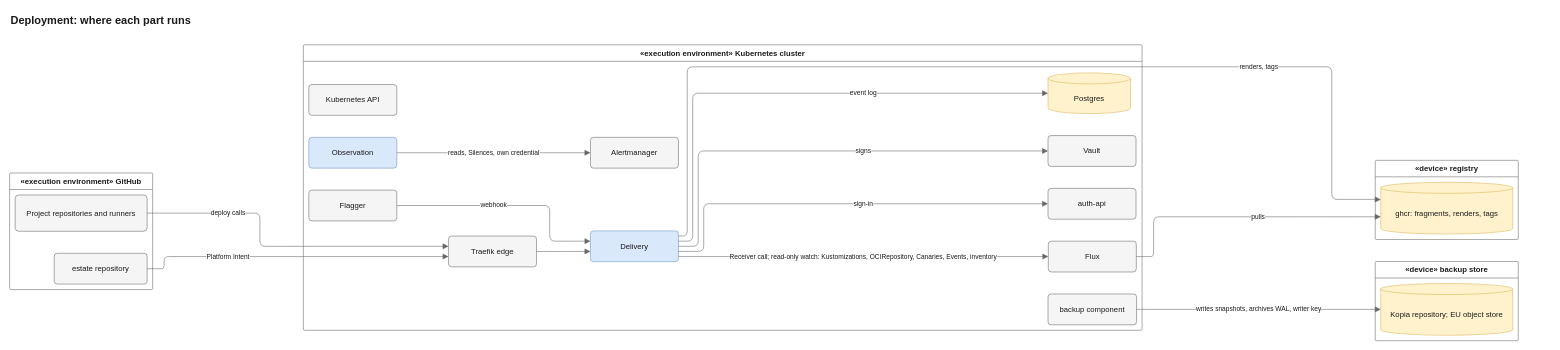
JorisJonkers-dev/estate-kit keeps this draw.io diagram as docs/diagrams/src/deploy-placement.drawio. Above is the earlier version. Source tidied: cells renumbered, new cells numbered last; positions are measured from the earlier drawing's top-left corner, leaving out a move shared by most shapes. Both pictures are drawn from the tidied source at 55%, with x=0, y=0 at pixel (9, 9).
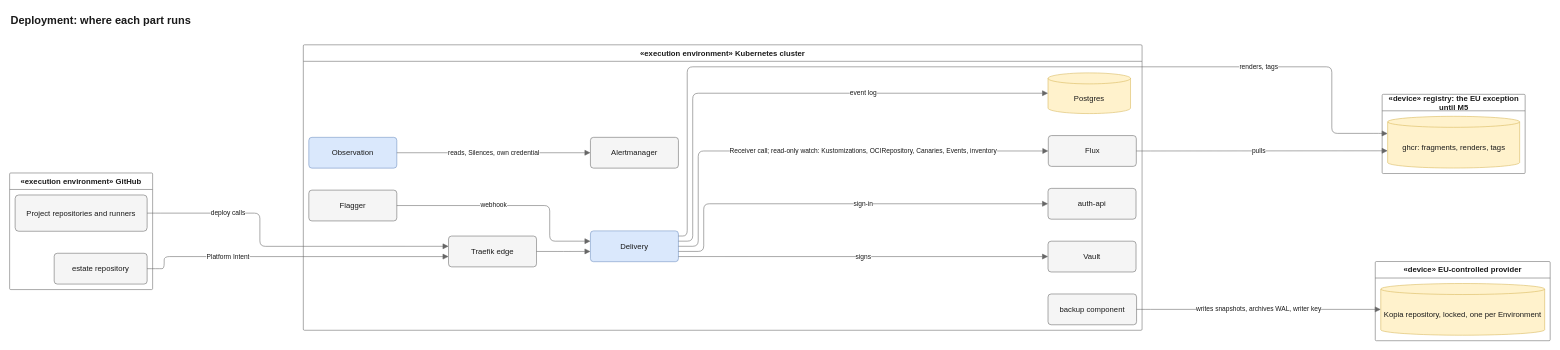
Above is the later version.

Unchanged cells that the change refers to:
```xml
<mxCell id="6" value="ghcr: fragments, renders, tags" style="shape=cylinder3;size=10;boundedLbl=1;backgroundOutline=1;html=1;whiteSpace=wrap;fontSize=14;fontColor=light-dark(#1a1a1a,#e8e8e8);fillColor=light-dark(#fff2cc,#3a3220);strokeColor=light-dark(#d6b656,#c9a74a);fontFamily=Helvetica;" parent="5" vertex="1">
  <mxGeometry x="10" y="40" width="240" height="94" as="geometry" />
</mxCell>
<mxCell id="7" value="«execution environment» Kubernetes cluster" style="swimlane;startSize=30;rounded=1;arcSize=4;absoluteArcSize=1;html=1;whiteSpace=wrap;fontSize=14;fontColor=light-dark(#1a1a1a,#e8e8e8);fontStyle=1;fillColor=none;swimlaneFillColor=none;strokeColor=light-dark(#666666,#a8a8a8);fontFamily=Helvetica;" parent="1" vertex="1">
  <mxGeometry x="534" y="64" width="1525" height="519" as="geometry" />
</mxCell>
<mxCell id="9" value="Delivery" style="rounded=1;arcSize=10;html=1;whiteSpace=wrap;fontSize=14;fontColor=light-dark(#1a1a1a,#e8e8e8);fillColor=light-dark(#dae8fc,#1f3a5f);strokeColor=light-dark(#6c8ebf,#7aa7e0);fontFamily=Helvetica;" parent="7" vertex="1">
  <mxGeometry x="522" y="338.3" width="160" height="56" as="geometry" />
</mxCell>
```

What changed in the source:
```diff
@@
-    <mxCell id="5" value="«device» registry" style="swimlane;startSize=30;rounded=1;arcSize=4;absoluteArcSize=1;html=1;whiteSpace=wrap;fontSize=14;fontColor=light-dark(#1a1a1a,#e8e8e8);fontStyle=1;fillColor=none;swimlaneFillColor=none;strokeColor=light-dark(#666666,#a8a8a8);fontFamily=Helvetica;" parent="1" vertex="1">
-      <mxGeometry x="2483" y="274" width="260" height="144" as="geometry" />
+    <mxCell id="5" value="«device» registry: the EU exception until M5" style="swimlane;startSize=30;rounded=1;arcSize=4;absoluteArcSize=1;html=1;whiteSpace=wrap;fontSize=14;fontColor=light-dark(#1a1a1a,#e8e8e8);fontStyle=1;fillColor=none;swimlaneFillColor=none;strokeColor=light-dark(#666666,#a8a8a8);fontFamily=Helvetica;" parent="1" vertex="1">
+      <mxGeometry x="2495.5" y="154" width="260" height="144" as="geometry" />
     </mxCell>
@@
     <mxCell id="11" value="Flux" style="rounded=1;arcSize=10;html=1;whiteSpace=wrap;fontSize=14;fontColor=light-dark(#1a1a1a,#e8e8e8);fillColor=light-dark(#f5f5f5,#2b2b2b);strokeColor=light-dark(#666666,#a8a8a8);fontFamily=Helvetica;" parent="7" vertex="1">
-      <mxGeometry x="1354.5" y="357" width="160" height="56" as="geometry" />
+      <mxGeometry x="1354.5" y="165" width="160" height="56" as="geometry" />
     </mxCell>
@@
     <mxCell id="13" value="Vault" style="rounded=1;arcSize=10;html=1;whiteSpace=wrap;fontSize=14;fontColor=light-dark(#1a1a1a,#e8e8e8);fillColor=light-dark(#f5f5f5,#2b2b2b);strokeColor=light-dark(#666666,#a8a8a8);fontFamily=Helvetica;" parent="7" vertex="1">
-      <mxGeometry x="1354" y="165" width="160" height="56" as="geometry" />
+      <mxGeometry x="1354" y="357" width="160" height="56" as="geometry" />
     </mxCell>
@@
-    <mxCell id="16" value="Kubernetes API" style="rounded=1;arcSize=10;html=1;whiteSpace=wrap;fontSize=14;fontColor=light-dark(#1a1a1a,#e8e8e8);fillColor=light-dark(#f5f5f5,#2b2b2b);strokeColor=light-dark(#666666,#a8a8a8);fontFamily=Helvetica;" parent="7" vertex="1">
-      <mxGeometry x="10" y="72.2" width="160" height="56" as="geometry" />
-    </mxCell>
@@
-    <mxCell id="21" value="signs" style="html=1;rounded=1;fontSize=14;fontSize=12;fontColor=light-dark(#1a1a1a,#e8e8e8);strokeColor=light-dark(#666666,#a8a8a8);endArrow=block;endFill=1;endSize=8;curved=0;exitX=1;exitY=0.5;entryX=0;entryY=0.5;edgeStyle=orthogonalEdgeStyle;fontFamily=Helvetica;labelBackgroundColor=light-dark(#ffffff,#1e1e1e);" parent="7" edge="1" source="9" target="13">
+    <mxCell id="21" value="signs" style="html=1;rounded=1;fontSize=14;fontSize=12;fontColor=light-dark(#1a1a1a,#e8e8e8);strokeColor=light-dark(#666666,#a8a8a8);endArrow=block;endFill=1;endSize=8;curved=0;exitX=1;exitY=0.8334;entryX=0;entryY=0.5;edgeStyle=orthogonalEdgeStyle;fontFamily=Helvetica;labelBackgroundColor=light-dark(#ffffff,#1e1e1e);" parent="7" edge="1" source="9" target="13">
       <mxGeometry relative="1" as="geometry">
         <Array as="points">
-          <mxPoint x="718" y="366.3" />
-          <mxPoint x="718" y="193" />
+          <mxPoint x="1018" y="385" />
         </Array>
-        <mxPoint x="86.7" as="offset" />
       </mxGeometry>
     </mxCell>
@@
-    <mxCell id="24" value="Receiver call; read-only watch: Kustomizations, OCIRepository, Canaries, Events, inventory" style="html=1;rounded=1;fontSize=14;fontSize=12;fontColor=light-dark(#1a1a1a,#e8e8e8);strokeColor=light-dark(#666666,#a8a8a8);endArrow=block;endFill=1;endSize=8;curved=0;exitX=1;exitY=0.8334;entryX=0;entryY=0.5;edgeStyle=orthogonalEdgeStyle;fontFamily=Helvetica;labelBackgroundColor=light-dark(#ffffff,#1e1e1e);" parent="7" edge="1" source="9" target="11">
+    <mxCell id="24" value="Receiver call; read-only watch: Kustomizations, OCIRepository, Canaries, Events, inventory" style="html=1;rounded=1;fontSize=14;fontSize=12;fontColor=light-dark(#1a1a1a,#e8e8e8);strokeColor=light-dark(#666666,#a8a8a8);endArrow=block;endFill=1;endSize=8;curved=0;exitX=1;exitY=0.5;entryX=0;entryY=0.5;edgeStyle=orthogonalEdgeStyle;fontFamily=Helvetica;labelBackgroundColor=light-dark(#ffffff,#1e1e1e);" parent="7" edge="1" source="9" target="11">
       <mxGeometry relative="1" as="geometry">
         <Array as="points">
-          <mxPoint x="1018.2" y="385" />
+          <mxPoint x="718" y="366.3" />
+          <mxPoint x="718" y="193" />
         </Array>
-        <mxPoint x="-0.2" as="offset" />
+        <mxPoint x="86.4" as="offset" />
       </mxGeometry>
     </mxCell>
@@
     <mxCell id="28" value="renders, tags" style="html=1;rounded=1;fontSize=14;fontSize=12;fontColor=light-dark(#1a1a1a,#e8e8e8);strokeColor=light-dark(#666666,#a8a8a8);endArrow=block;endFill=1;endSize=8;curved=0;exitX=1;exitY=0.1668;entryX=0;entryY=0.3333;edgeStyle=orthogonalEdgeStyle;fontFamily=Helvetica;labelBackgroundColor=light-dark(#ffffff,#1e1e1e);" parent="1" edge="1" source="9" target="6">
       <mxGeometry relative="1" as="geometry">
         <Array as="points">
           <mxPoint x="1232" y="411.7" />
           <mxPoint x="1232" y="104" />
           <mxPoint x="2404" y="104" />
-          <mxPoint x="2404" y="345" />
-          <mxPoint x="2478" y="345.3" />
+          <mxPoint x="2404" y="225" />
+          <mxPoint x="2490.5" y="225.3" />
         </Array>
-        <mxPoint x="449.8" as="offset" />
+        <mxPoint x="503.6" as="offset" />
       </mxGeometry>
     </mxCell>
     <mxCell id="29" value="pulls" style="html=1;rounded=1;fontSize=14;fontSize=12;fontColor=light-dark(#1a1a1a,#e8e8e8);strokeColor=light-dark(#666666,#a8a8a8);endArrow=block;endFill=1;endSize=8;curved=0;exitX=1;exitY=0.5;entryX=0;entryY=0.6667;edgeStyle=orthogonalEdgeStyle;fontFamily=Helvetica;labelBackgroundColor=light-dark(#ffffff,#1e1e1e);" parent="1" edge="1" source="11" target="6">
       <mxGeometry relative="1" as="geometry">
         <Array as="points">
-          <mxPoint x="2064" y="449" />
-          <mxPoint x="2080" y="449" />
-          <mxPoint x="2080" y="377" />
-          <mxPoint x="2478" y="376.7" />
+          <mxPoint x="2064" y="257" />
+          <mxPoint x="2490.5" y="256.7" />
         </Array>
-        <mxPoint x="36.2" as="offset" />
+        <mxPoint x="-6" as="offset" />
       </mxGeometry>
     </mxCell>
-    <mxCell id="30" value="«device» backup store" style="swimlane;startSize=30;rounded=1;arcSize=4;absoluteArcSize=1;html=1;whiteSpace=wrap;fontSize=14;fontColor=light-dark(#1a1a1a,#e8e8e8);fontStyle=1;fillColor=none;swimlaneFillColor=none;strokeColor=light-dark(#666666,#a8a8a8);fontFamily=Helvetica;" parent="1" vertex="1">
-      <mxGeometry x="2483" y="458" width="260" height="144" as="geometry" />
+    <mxCell id="30" value="«device» EU-controlled provider" style="swimlane;startSize=30;rounded=1;arcSize=4;absoluteArcSize=1;html=1;whiteSpace=wrap;fontSize=14;fontColor=light-dark(#1a1a1a,#e8e8e8);fontStyle=1;fillColor=none;swimlaneFillColor=none;strokeColor=light-dark(#666666,#a8a8a8);fontFamily=Helvetica;" parent="1" vertex="1">
+      <mxGeometry x="2483" y="458" width="318" height="144" as="geometry" />
     </mxCell>
-    <mxCell id="31" value="Kopia repository; EU object store" style="shape=cylinder3;size=10;boundedLbl=1;backgroundOutline=1;html=1;whiteSpace=wrap;fontSize=14;fontColor=light-dark(#1a1a1a,#e8e8e8);fillColor=light-dark(#fff2cc,#3a3220);strokeColor=light-dark(#d6b656,#c9a74a);fontFamily=Helvetica;" parent="30" vertex="1">
-      <mxGeometry x="10" y="40" width="240" height="94" as="geometry" />
+    <mxCell id="31" value="Kopia repository, locked, one per Environment" style="shape=cylinder3;size=10;boundedLbl=1;backgroundOutline=1;html=1;whiteSpace=wrap;fontSize=14;fontColor=light-dark(#1a1a1a,#e8e8e8);fillColor=light-dark(#fff2cc,#3a3220);strokeColor=light-dark(#d6b656,#c9a74a);fontFamily=Helvetica;" parent="30" vertex="1">
+      <mxGeometry x="10" y="40" width="298" height="94" as="geometry" />
     </mxCell>
@@
     <mxCell id="33" value="Deployment: where each part runs" style="text;html=1;whiteSpace=wrap;align=left;verticalAlign=middle;fontSize=20;fontStyle=1;fontColor=light-dark(#1a1a1a,#e8e8e8);fontFamily=Helvetica;" parent="1" vertex="1">
-      <mxGeometry width="2743" height="36" as="geometry" />
+      <mxGeometry width="2801" height="36" as="geometry" />
     </mxCell>
```
